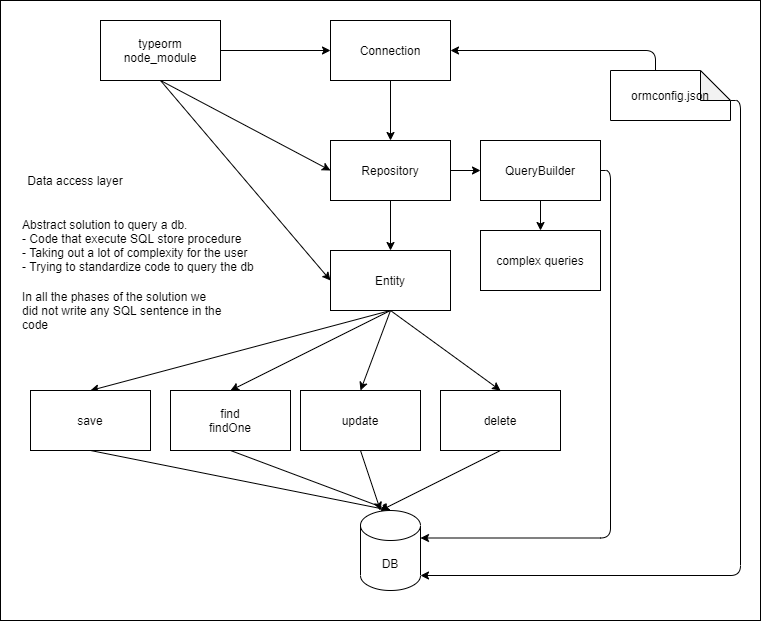
This is documentation/typeORM-model.png from llanesleonardo/api-orm-, a draw.io export, as it was before one commit. Source tidied: cells renumbered, new cells last; positions are measured from the earlier drawing's top-left corner, leaving out a move shared by most shapes. Source of this version:
```xml
<mxGraphModel>
  <root>
    <mxCell id="0" />
    <mxCell id="1" parent="0" />
    <mxCell id="2" style="rounded=0;whiteSpace=wrap;html=1;" parent="1" vertex="1">
      <mxGeometry width="760" height="620" as="geometry" />
    </mxCell>
    <mxCell id="3" style="edgeStyle=none;html=1;exitX=0.5;exitY=1;exitDx=0;exitDy=0;entryX=0.5;entryY=0;entryDx=0;entryDy=0;" parent="1" edge="1" source="7" target="18">
      <mxGeometry relative="1" as="geometry" />
    </mxCell>
    <mxCell id="4" style="edgeStyle=none;html=1;exitX=0.5;exitY=1;exitDx=0;exitDy=0;entryX=0.5;entryY=0;entryDx=0;entryDy=0;" parent="1" edge="1" source="7" target="22">
      <mxGeometry relative="1" as="geometry" />
    </mxCell>
    <mxCell id="5" style="edgeStyle=none;html=1;exitX=0.5;exitY=1;exitDx=0;exitDy=0;entryX=0.5;entryY=0;entryDx=0;entryDy=0;" parent="1" edge="1" source="7" target="20">
      <mxGeometry relative="1" as="geometry" />
    </mxCell>
    <mxCell id="6" style="edgeStyle=none;html=1;exitX=0.5;exitY=1;exitDx=0;exitDy=0;entryX=0.5;entryY=0;entryDx=0;entryDy=0;" parent="1" edge="1" source="7" target="24">
      <mxGeometry relative="1" as="geometry" />
    </mxCell>
    <mxCell id="7" value="Entity" style="rounded=0;whiteSpace=wrap;html=1;" parent="1" vertex="1">
      <mxGeometry x="330" y="250" width="120" height="60" as="geometry" />
    </mxCell>
    <mxCell id="8" style="edgeStyle=none;html=1;exitX=0.5;exitY=1;exitDx=0;exitDy=0;entryX=0.5;entryY=0;entryDx=0;entryDy=0;" parent="1" edge="1" source="9" target="12">
      <mxGeometry relative="1" as="geometry" />
    </mxCell>
    <mxCell id="9" value="Connection" style="rounded=0;whiteSpace=wrap;html=1;" parent="1" vertex="1">
      <mxGeometry x="330" y="20" width="120" height="60" as="geometry" />
    </mxCell>
    <mxCell id="10" style="edgeStyle=none;html=1;exitX=0.5;exitY=1;exitDx=0;exitDy=0;entryX=0.5;entryY=0;entryDx=0;entryDy=0;" parent="1" edge="1" source="12" target="7">
      <mxGeometry relative="1" as="geometry" />
    </mxCell>
    <mxCell id="11" style="edgeStyle=none;html=1;exitX=1;exitY=0.5;exitDx=0;exitDy=0;entryX=0;entryY=0.5;entryDx=0;entryDy=0;" parent="1" edge="1" source="12" target="29">
      <mxGeometry relative="1" as="geometry" />
    </mxCell>
    <mxCell id="12" value="Repository" style="rounded=0;whiteSpace=wrap;html=1;" parent="1" vertex="1">
      <mxGeometry x="330" y="140" width="120" height="60" as="geometry" />
    </mxCell>
    <mxCell id="13" style="edgeStyle=none;html=1;exitX=1;exitY=0.5;exitDx=0;exitDy=0;" parent="1" edge="1" source="16" target="9">
      <mxGeometry relative="1" as="geometry" />
    </mxCell>
    <mxCell id="14" style="edgeStyle=none;html=1;exitX=0.5;exitY=1;exitDx=0;exitDy=0;entryX=0;entryY=0.5;entryDx=0;entryDy=0;" parent="1" edge="1" source="16" target="12">
      <mxGeometry relative="1" as="geometry" />
    </mxCell>
    <mxCell id="15" style="edgeStyle=none;html=1;exitX=0.5;exitY=1;exitDx=0;exitDy=0;entryX=0;entryY=0.5;entryDx=0;entryDy=0;" parent="1" edge="1" source="16" target="7">
      <mxGeometry relative="1" as="geometry" />
    </mxCell>
    <mxCell id="16" value="typeorm&lt;br&gt;node_module" style="rounded=0;whiteSpace=wrap;html=1;" parent="1" vertex="1">
      <mxGeometry x="100" y="20" width="120" height="60" as="geometry" />
    </mxCell>
    <mxCell id="17" style="edgeStyle=none;html=1;exitX=0.5;exitY=1;exitDx=0;exitDy=0;entryX=0.5;entryY=0;entryDx=0;entryDy=0;entryPerimeter=0;" parent="1" edge="1" source="18" target="25">
      <mxGeometry relative="1" as="geometry" />
    </mxCell>
    <mxCell id="18" value="save" style="rounded=0;whiteSpace=wrap;html=1;" parent="1" vertex="1">
      <mxGeometry x="30" y="390" width="120" height="60" as="geometry" />
    </mxCell>
    <mxCell id="19" style="edgeStyle=none;html=1;exitX=0.5;exitY=1;exitDx=0;exitDy=0;entryX=0.5;entryY=0;entryDx=0;entryDy=0;entryPerimeter=0;" parent="1" edge="1" source="20" target="25">
      <mxGeometry relative="1" as="geometry" />
    </mxCell>
    <mxCell id="20" value="find&lt;br&gt;findOne" style="rounded=0;whiteSpace=wrap;html=1;" parent="1" vertex="1">
      <mxGeometry x="170" y="390" width="120" height="60" as="geometry" />
    </mxCell>
    <mxCell id="21" style="edgeStyle=none;html=1;exitX=0.5;exitY=1;exitDx=0;exitDy=0;" parent="1" edge="1" source="22">
      <mxGeometry relative="1" as="geometry">
        <mxPoint x="380" y="510" as="targetPoint" />
      </mxGeometry>
    </mxCell>
    <mxCell id="22" value="delete" style="rounded=0;whiteSpace=wrap;html=1;" parent="1" vertex="1">
      <mxGeometry x="440" y="390" width="120" height="60" as="geometry" />
    </mxCell>
    <mxCell id="23" style="edgeStyle=none;html=1;exitX=0.5;exitY=1;exitDx=0;exitDy=0;" parent="1" edge="1" source="24">
      <mxGeometry relative="1" as="geometry">
        <mxPoint x="380" y="510" as="targetPoint" />
      </mxGeometry>
    </mxCell>
    <mxCell id="24" value="update" style="rounded=0;whiteSpace=wrap;html=1;" parent="1" vertex="1">
      <mxGeometry x="300" y="390" width="120" height="60" as="geometry" />
    </mxCell>
    <mxCell id="25" value="DB" style="shape=cylinder3;whiteSpace=wrap;html=1;boundedLbl=1;backgroundOutline=1;size=15;" parent="1" vertex="1">
      <mxGeometry x="360" y="510" width="60" height="80" as="geometry" />
    </mxCell>
    <mxCell id="26" value="Data access layer" style="text;html=1;strokeColor=none;fillColor=none;align=center;verticalAlign=middle;whiteSpace=wrap;rounded=0;" parent="1" vertex="1">
      <mxGeometry x="20" y="170" width="110" height="20" as="geometry" />
    </mxCell>
    <mxCell id="27" style="edgeStyle=orthogonalEdgeStyle;html=1;exitX=0.5;exitY=1;exitDx=0;exitDy=0;" parent="1" edge="1" source="29" target="30">
      <mxGeometry relative="1" as="geometry" />
    </mxCell>
    <mxCell id="28" style="edgeStyle=orthogonalEdgeStyle;html=1;exitX=1;exitY=0.5;exitDx=0;exitDy=0;entryX=1;entryY=0;entryDx=0;entryDy=27.5;entryPerimeter=0;" parent="1" edge="1" source="29" target="25">
      <mxGeometry relative="1" as="geometry" />
    </mxCell>
    <mxCell id="29" value="QueryBuilder" style="rounded=0;whiteSpace=wrap;html=1;" parent="1" vertex="1">
      <mxGeometry x="480" y="140" width="120" height="60" as="geometry" />
    </mxCell>
    <mxCell id="30" value="complex queries" style="rounded=0;whiteSpace=wrap;html=1;" parent="1" vertex="1">
      <mxGeometry x="480" y="230" width="120" height="60" as="geometry" />
    </mxCell>
    <mxCell id="31" style="edgeStyle=orthogonalEdgeStyle;html=1;exitX=0;exitY=0;exitDx=45;exitDy=0;exitPerimeter=0;entryX=1;entryY=0.5;entryDx=0;entryDy=0;" parent="1" edge="1" source="33" target="9">
      <mxGeometry relative="1" as="geometry" />
    </mxCell>
    <mxCell id="32" style="edgeStyle=orthogonalEdgeStyle;html=1;exitX=0;exitY=0;exitDx=120;exitDy=30;exitPerimeter=0;entryX=1;entryY=1;entryDx=0;entryDy=-15;entryPerimeter=0;" parent="1" edge="1" source="33" target="25">
      <mxGeometry relative="1" as="geometry" />
    </mxCell>
    <mxCell id="33" value="ormconfig.json" style="shape=note;whiteSpace=wrap;html=1;backgroundOutline=1;darkOpacity=0.05;" parent="1" vertex="1">
      <mxGeometry x="610" y="70" width="120" height="50" as="geometry" />
    </mxCell>
    <mxCell id="34" value="Abstract solution to query a db.&lt;br&gt;- Code that execute SQL store procedure&lt;br&gt;- Taking out a lot of complexity for the user&lt;br&gt;- Trying to standardize code to query the db&amp;nbsp;" style="text;html=1;strokeColor=none;fillColor=none;align=left;verticalAlign=middle;whiteSpace=wrap;rounded=0;" parent="1" vertex="1">
      <mxGeometry x="20" y="210" width="250" height="70" as="geometry" />
    </mxCell>
    <mxCell id="35" value="In all the phases of the solution we&amp;nbsp;&lt;br&gt;&lt;div&gt;&lt;span&gt;did not write any SQL sentence in the code&lt;/span&gt;&lt;/div&gt;" style="text;html=1;strokeColor=none;fillColor=none;align=left;verticalAlign=middle;whiteSpace=wrap;rounded=0;" parent="1" vertex="1">
      <mxGeometry x="20" y="300" width="230" height="20" as="geometry" />
    </mxCell>
  </root>
</mxGraphModel>
```
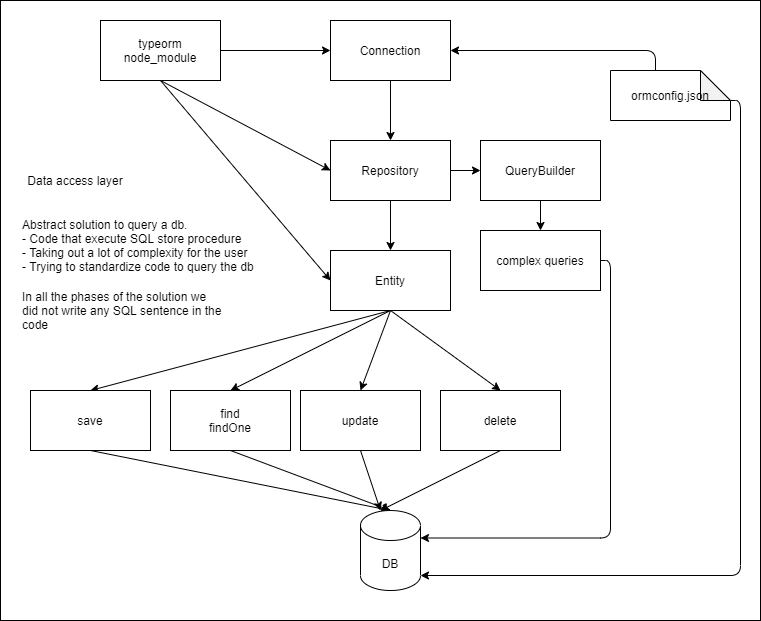
After the change.

Commit message:
draw of typeORM diagram in png

The edit, as a diff of the source:
```diff
@@ -84,7 +84,7 @@
     <mxCell id="27" style="edgeStyle=orthogonalEdgeStyle;html=1;exitX=0.5;exitY=1;exitDx=0;exitDy=0;" parent="1" edge="1" source="29" target="30">
       <mxGeometry relative="1" as="geometry" />
     </mxCell>
-    <mxCell id="28" style="edgeStyle=orthogonalEdgeStyle;html=1;exitX=1;exitY=0.5;exitDx=0;exitDy=0;entryX=1;entryY=0;entryDx=0;entryDy=27.5;entryPerimeter=0;" parent="1" edge="1" source="29" target="25">
+    <mxCell id="28" style="edgeStyle=orthogonalEdgeStyle;html=1;exitX=1;exitY=0.5;exitDx=0;exitDy=0;entryX=1;entryY=0;entryDx=0;entryDy=27.5;entryPerimeter=0;" parent="1" edge="1" source="30" target="25">
       <mxGeometry relative="1" as="geometry" />
     </mxCell>
     <mxCell id="29" value="QueryBuilder" style="rounded=0;whiteSpace=wrap;html=1;" parent="1" vertex="1">
```
